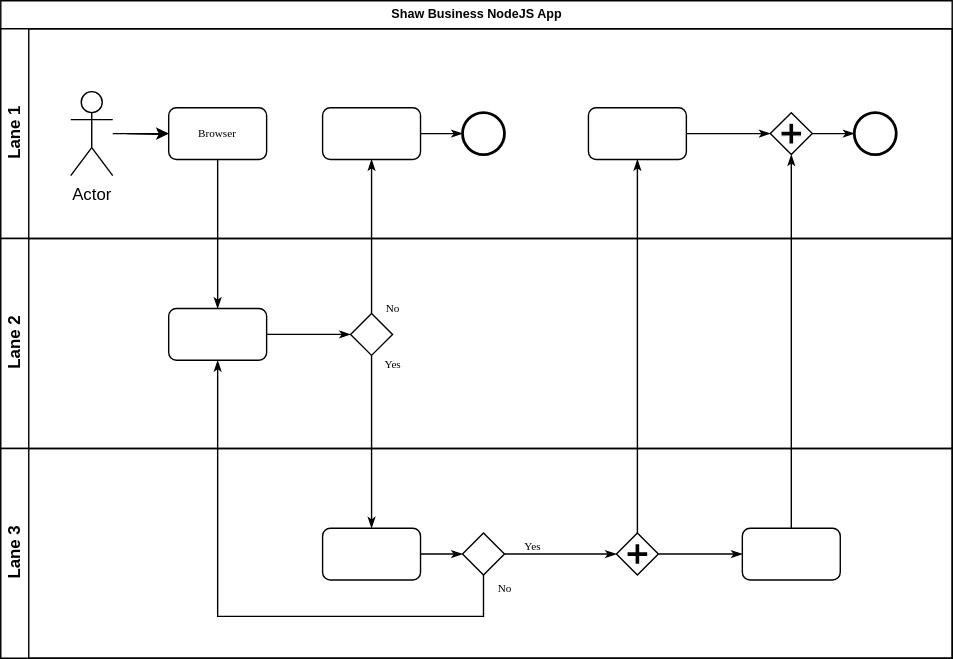
szokrika/chart keeps this draw.io diagram as chart.drawio.svg. Above is the earlier version. Source tidied: cells renumbered, new cells last; positions are measured from the earlier drawing's top-left corner, leaving out a move shared by most shapes.
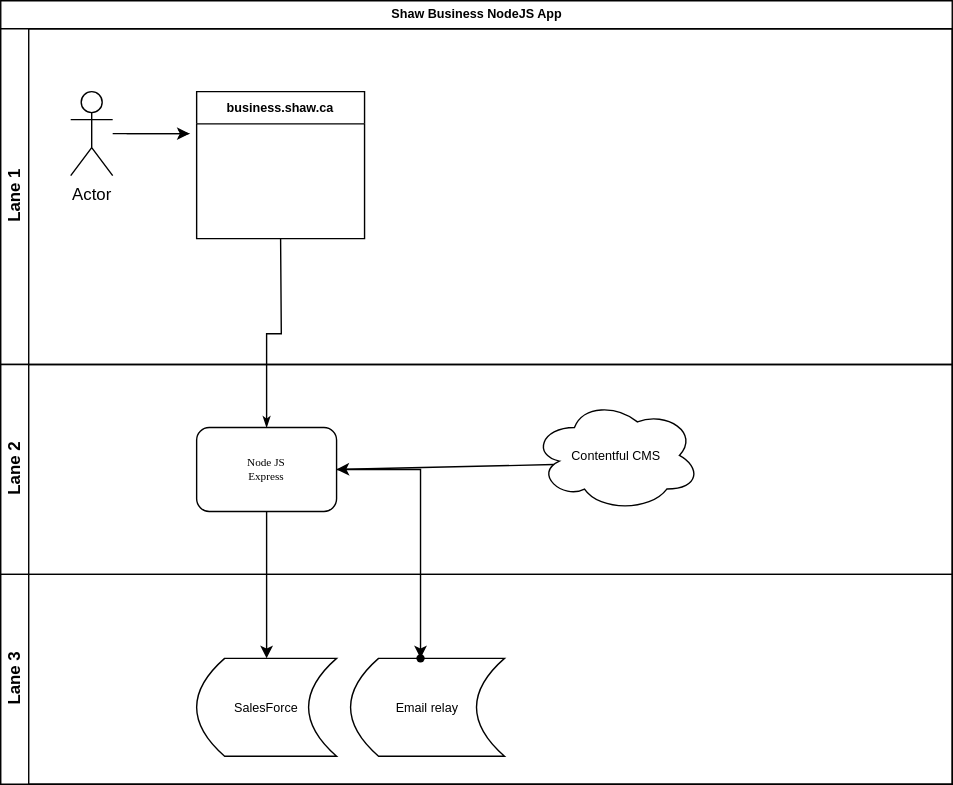
Later version of the same file.

Diff of the diagram source:
```diff
@@ -3,107 +3,62 @@
     <mxCell id="0" />
     <mxCell id="1" parent="0" />
     <mxCell id="2" value="&lt;font style=&quot;font-size: 9px;&quot; face=&quot;Helvetica&quot;&gt;Shaw Business NodeJS App&lt;/font&gt;" style="swimlane;html=1;horizontal=1;startSize=20;rounded=0;shadow=0;labelBackgroundColor=none;strokeWidth=1;fontFamily=Verdana;fontSize=8;align=center;" parent="1" vertex="1">
-      <mxGeometry width="680" height="470" as="geometry" />
+      <mxGeometry width="680" height="560" as="geometry" />
     </mxCell>
     <mxCell id="3" value="Lane 1" style="swimlane;html=1;startSize=20;horizontal=0;" parent="2" vertex="1">
-      <mxGeometry y="20" width="680" height="150" as="geometry" />
+      <mxGeometry y="20" width="680" height="240" as="geometry" />
     </mxCell>
-    <mxCell id="4" style="edgeStyle=orthogonalEdgeStyle;rounded=0;html=1;labelBackgroundColor=none;startArrow=none;startFill=0;startSize=5;endArrow=classicThin;endFill=1;endSize=5;jettySize=auto;strokeWidth=1;fontFamily=Verdana;fontSize=8;" parent="3" edge="1" target="5">
+    <mxCell id="4" style="edgeStyle=orthogonalEdgeStyle;rounded=0;html=1;labelBackgroundColor=none;startArrow=none;startFill=0;startSize=5;endArrow=classicThin;endFill=1;endSize=5;jettySize=auto;orthogonalLoop=1;strokeWidth=1;fontFamily=Verdana;fontSize=8;" parent="3" edge="1">
       <mxGeometry relative="1" as="geometry">
         <mxPoint x="90" y="75" as="sourcePoint" />
+        <mxPoint x="135" y="75" as="targetPoint" />
       </mxGeometry>
     </mxCell>
-    <mxCell id="5" value="Browser" style="rounded=1;whiteSpace=wrap;html=1;shadow=0;labelBackgroundColor=none;strokeWidth=1;fontFamily=Verdana;fontSize=8;align=center;" parent="3" vertex="1">
-      <mxGeometry x="120" y="56.5" width="70" height="37" as="geometry" />
-    </mxCell>
-    <mxCell id="6" style="edgeStyle=orthogonalEdgeStyle;rounded=0;html=1;labelBackgroundColor=none;startArrow=none;startFill=0;startSize=5;endArrow=classicThin;endFill=1;endSize=5;jettySize=auto;strokeWidth=1;fontFamily=Verdana;fontSize=8;" parent="3" edge="1" source="7" target="8">
-      <mxGeometry relative="1" as="geometry" />
-    </mxCell>
-    <mxCell id="7" style="rounded=1;whiteSpace=wrap;html=1;shadow=0;labelBackgroundColor=none;strokeWidth=1;fontFamily=Verdana;fontSize=8;align=center;" parent="3" vertex="1">
-      <mxGeometry x="230" y="56.5" width="70" height="37" as="geometry" />
-    </mxCell>
-    <mxCell id="8" style="ellipse;whiteSpace=wrap;html=1;rounded=0;shadow=0;labelBackgroundColor=none;strokeWidth=2;fontFamily=Verdana;fontSize=8;align=center;" parent="3" vertex="1">
-      <mxGeometry x="330" y="60" width="30" height="30" as="geometry" />
-    </mxCell>
-    <mxCell id="9" style="edgeStyle=orthogonalEdgeStyle;rounded=0;html=1;entryX=0;entryY=0.5;labelBackgroundColor=none;startArrow=none;startFill=0;startSize=5;endArrow=classicThin;endFill=1;endSize=5;jettySize=auto;strokeWidth=1;fontFamily=Verdana;fontSize=8;" parent="3" edge="1" source="10" target="12">
-      <mxGeometry relative="1" as="geometry" />
-    </mxCell>
-    <mxCell id="10" style="rounded=1;whiteSpace=wrap;html=1;shadow=0;labelBackgroundColor=none;strokeWidth=1;fontFamily=Verdana;fontSize=8;align=center;" parent="3" vertex="1">
-      <mxGeometry x="420" y="56.5" width="70" height="37" as="geometry" />
-    </mxCell>
-    <mxCell id="11" style="edgeStyle=orthogonalEdgeStyle;rounded=0;html=1;labelBackgroundColor=none;startArrow=none;startFill=0;startSize=5;endArrow=classicThin;endFill=1;endSize=5;jettySize=auto;strokeWidth=1;fontFamily=Verdana;fontSize=8;" parent="3" edge="1" source="12" target="13">
-      <mxGeometry relative="1" as="geometry" />
-    </mxCell>
-    <mxCell id="12" style="shape=mxgraph.bpmn.shape;html=1;verticalLabelPosition=bottom;labelBackgroundColor=#ffffff;verticalAlign=top;perimeter=rhombusPerimeter;background=gateway;outline=none;symbol=parallelGw;rounded=1;shadow=0;strokeWidth=1;fontFamily=Verdana;fontSize=8;align=center;" parent="3" vertex="1">
-      <mxGeometry x="550" y="60" width="30" height="30" as="geometry" />
-    </mxCell>
-    <mxCell id="13" style="ellipse;whiteSpace=wrap;html=1;rounded=0;shadow=0;labelBackgroundColor=none;strokeWidth=2;fontFamily=Verdana;fontSize=8;align=center;" parent="3" vertex="1">
-      <mxGeometry x="610" y="60" width="30" height="30" as="geometry" />
-    </mxCell>
-    <mxCell id="14" style="edgeStyle=orthogonalEdgeStyle;rounded=0;jettySize=auto;html=1;" parent="3" edge="1" source="15" target="5">
-      <mxGeometry relative="1" as="geometry" />
+    <mxCell id="14" style="edgeStyle=orthogonalEdgeStyle;rounded=0;jettySize=auto;html=1;" parent="3" edge="1" source="15">
+      <mxGeometry relative="1" as="geometry">
+        <mxPoint x="135" y="75" as="targetPoint" />
+      </mxGeometry>
     </mxCell>
     <mxCell id="15" value="Actor" style="shape=umlActor;verticalLabelPosition=bottom;verticalAlign=top;html=1;outlineConnect=0;" parent="3" vertex="1">
       <mxGeometry x="50" y="45" width="30" height="60" as="geometry" />
     </mxCell>
+    <mxCell id="34" value="&lt;font style=&quot;font-size: 9px;&quot;&gt;business.shaw.ca&lt;/font&gt;" style="swimlane;whiteSpace=wrap;html=1;" parent="3" vertex="1">
+      <mxGeometry x="140" y="45" width="120" height="105" as="geometry" />
+    </mxCell>
     <mxCell id="16" value="Lane 2" style="swimlane;html=1;startSize=20;horizontal=0;" parent="2" vertex="1">
-      <mxGeometry y="170" width="680" height="150" as="geometry" />
+      <mxGeometry y="260" width="680" height="150" as="geometry" />
     </mxCell>
-    <mxCell id="17" style="edgeStyle=orthogonalEdgeStyle;rounded=0;html=1;labelBackgroundColor=none;startArrow=none;startFill=0;startSize=5;endArrow=classicThin;endFill=1;endSize=5;jettySize=auto;strokeWidth=1;fontFamily=Verdana;fontSize=8;" parent="16" edge="1" source="18" target="19">
-      <mxGeometry relative="1" as="geometry" />
-    </mxCell>
-    <mxCell id="18" style="rounded=1;whiteSpace=wrap;html=1;shadow=0;labelBackgroundColor=none;strokeWidth=1;fontFamily=Verdana;fontSize=8;align=center;" parent="16" vertex="1">
-      <mxGeometry x="120" y="50" width="70" height="37" as="geometry" />
+    <mxCell id="18" value="Node JS &lt;br&gt;Express" style="rounded=1;whiteSpace=wrap;html=1;shadow=0;labelBackgroundColor=none;strokeWidth=1;fontFamily=Verdana;fontSize=8;align=center;" parent="16" vertex="1">
+      <mxGeometry x="140" y="45" width="100" height="60" as="geometry" />
     </mxCell>
-    <mxCell id="19" style="strokeWidth=1;html=1;shape=mxgraph.flowchart.decision;whiteSpace=wrap;rounded=1;shadow=0;labelBackgroundColor=none;fontFamily=Verdana;fontSize=8;align=center;" parent="16" vertex="1">
-      <mxGeometry x="250" y="53.5" width="30" height="30" as="geometry" />
-    </mxCell>
+    <mxCell id="35" value="&lt;font style=&quot;font-size: 9px;&quot;&gt;Contentful CMS&lt;/font&gt;" style="ellipse;shape=cloud;whiteSpace=wrap;html=1;" parent="16" vertex="1">
+      <mxGeometry x="380" y="25" width="120" height="80" as="geometry" />
+    </mxCell>
+    <mxCell id="36" style="endArrow=classic;html=1;rounded=0;entryX=1;entryY=0.5;entryDx=0;entryDy=0;exitX=0.127;exitY=0.581;exitDx=0;exitDy=0;exitPerimeter=0;" parent="16" edge="1" source="35" target="18">
+      <mxGeometry relative="1" as="geometry" />
+    </mxCell>
     <mxCell id="20" value="Lane 3" style="swimlane;html=1;startSize=20;horizontal=0;" parent="2" vertex="1">
-      <mxGeometry y="320" width="680" height="150" as="geometry" />
+      <mxGeometry y="410" width="680" height="150" as="geometry" />
     </mxCell>
-    <mxCell id="21" style="edgeStyle=orthogonalEdgeStyle;rounded=0;html=1;labelBackgroundColor=none;startArrow=none;startFill=0;startSize=5;endArrow=classicThin;endFill=1;endSize=5;jettySize=auto;strokeWidth=1;fontFamily=Verdana;fontSize=8;" parent="20" edge="1" source="22" target="24">
-      <mxGeometry relative="1" as="geometry" />
-    </mxCell>
-    <mxCell id="22" style="rounded=1;whiteSpace=wrap;html=1;shadow=0;labelBackgroundColor=none;strokeWidth=1;fontFamily=Verdana;fontSize=8;align=center;" parent="20" vertex="1">
-      <mxGeometry x="230" y="57" width="70" height="37" as="geometry" />
-    </mxCell>
-    <mxCell id="23" value="Yes" style="edgeStyle=orthogonalEdgeStyle;rounded=0;html=1;entryX=0;entryY=0.5;labelBackgroundColor=none;startArrow=none;startFill=0;startSize=5;endArrow=classicThin;endFill=1;endSize=5;jettySize=auto;strokeWidth=1;fontFamily=Verdana;fontSize=8;" parent="20" edge="1" source="24" target="26">
-      <mxGeometry x="-0.5" y="6" relative="1" as="geometry" />
-    </mxCell>
-    <mxCell id="24" style="strokeWidth=1;html=1;shape=mxgraph.flowchart.decision;whiteSpace=wrap;rounded=1;shadow=0;labelBackgroundColor=none;fontFamily=Verdana;fontSize=8;align=center;" parent="20" vertex="1">
-      <mxGeometry x="330" y="60.5" width="30" height="30" as="geometry" />
-    </mxCell>
-    <mxCell id="25" style="edgeStyle=orthogonalEdgeStyle;rounded=0;html=1;labelBackgroundColor=none;startArrow=none;startFill=0;startSize=5;endArrow=classicThin;endFill=1;endSize=5;jettySize=auto;strokeColor=#000000;strokeWidth=1;fontFamily=Verdana;fontSize=8;fontColor=#000000;" parent="20" edge="1" source="26" target="27">
-      <mxGeometry relative="1" as="geometry" />
-    </mxCell>
-    <mxCell id="26" style="shape=mxgraph.bpmn.shape;html=1;verticalLabelPosition=bottom;labelBackgroundColor=#ffffff;verticalAlign=top;perimeter=rhombusPerimeter;background=gateway;outline=none;symbol=parallelGw;rounded=1;shadow=0;strokeWidth=1;fontFamily=Verdana;fontSize=8;align=center;" parent="20" vertex="1">
-      <mxGeometry x="440" y="60.5" width="30" height="30" as="geometry" />
-    </mxCell>
-    <mxCell id="27" style="rounded=1;whiteSpace=wrap;html=1;shadow=0;labelBackgroundColor=none;strokeWidth=1;fontFamily=Verdana;fontSize=8;align=center;" parent="20" vertex="1">
-      <mxGeometry x="530" y="57" width="70" height="37" as="geometry" />
-    </mxCell>
+    <mxCell id="37" value="&lt;font style=&quot;font-size: 9px;&quot;&gt;SalesForce&lt;/font&gt;" style="shape=dataStorage;whiteSpace=wrap;html=1;fixedSize=1;" parent="20" vertex="1">
+      <mxGeometry x="140" y="60" width="100" height="70" as="geometry" />
+    </mxCell>
+    <mxCell id="38" value="&lt;font style=&quot;font-size: 9px;&quot;&gt;Email relay&lt;/font&gt;" style="shape=dataStorage;whiteSpace=wrap;html=1;fixedSize=1;" parent="20" vertex="1">
+      <mxGeometry x="250" y="60" width="110" height="70" as="geometry" />
+    </mxCell>
+    <mxCell id="39" style="shape=waypoint;sketch=0;size=6;points=[];fillColor=default;perimeter=centerPerimeter;snapToPoint=1;fontSize=8;fontFamily=Verdana;rounded=1;shadow=0;labelBackgroundColor=none;strokeWidth=1;" parent="20" vertex="1">
+      <mxGeometry x="290" y="50" width="20" height="20" as="geometry" />
+    </mxCell>
-    <mxCell id="28" style="edgeStyle=orthogonalEdgeStyle;rounded=0;html=1;labelBackgroundColor=none;startArrow=none;startFill=0;startSize=5;endArrow=classicThin;endFill=1;endSize=5;jettySize=auto;strokeWidth=1;fontFamily=Verdana;fontSize=8;" parent="2" edge="1" source="5" target="18">
-      <mxGeometry relative="1" as="geometry" />
+    <mxCell id="28" style="edgeStyle=orthogonalEdgeStyle;rounded=0;html=1;labelBackgroundColor=none;startArrow=none;startFill=0;startSize=5;endArrow=classicThin;endFill=1;endSize=5;jettySize=auto;strokeWidth=1;fontFamily=Verdana;fontSize=8;" parent="2" edge="1" target="18">
+      <mxGeometry relative="1" as="geometry">
+        <mxPoint x="200" y="170" as="sourcePoint" />
+      </mxGeometry>
     </mxCell>
-    <mxCell id="29" value="No" style="edgeStyle=orthogonalEdgeStyle;rounded=0;html=1;labelBackgroundColor=none;startArrow=none;startFill=0;startSize=5;endArrow=classicThin;endFill=1;endSize=5;jettySize=auto;strokeWidth=1;fontFamily=Verdana;fontSize=8;" parent="2" edge="1" source="19" target="7">
-      <mxGeometry x="-0.94" y="-15" relative="1" as="geometry" />
-    </mxCell>
-    <mxCell id="30" value="Yes" style="edgeStyle=orthogonalEdgeStyle;rounded=0;html=1;labelBackgroundColor=none;startArrow=none;startFill=0;startSize=5;endArrow=classicThin;endFill=1;endSize=5;jettySize=auto;strokeWidth=1;fontFamily=Verdana;fontSize=8;" parent="2" edge="1" source="19" target="22">
-      <mxGeometry x="-0.89" y="15" relative="1" as="geometry" />
-    </mxCell>
-    <mxCell id="31" style="edgeStyle=orthogonalEdgeStyle;rounded=0;html=1;entryX=0.5;entryY=1;labelBackgroundColor=none;startArrow=none;startFill=0;startSize=5;endArrow=classicThin;endFill=1;endSize=5;jettySize=auto;strokeWidth=1;fontFamily=Verdana;fontSize=8;" parent="2" edge="1" source="27" target="12">
-      <mxGeometry relative="1" as="geometry" />
-    </mxCell>
-    <mxCell id="32" value="No" style="edgeStyle=orthogonalEdgeStyle;rounded=0;html=1;labelBackgroundColor=none;startArrow=none;startFill=0;startSize=5;endArrow=classicThin;endFill=1;endSize=5;jettySize=auto;strokeWidth=1;fontFamily=Verdana;fontSize=8;" parent="2" edge="1" source="24" target="18">
-      <mxGeometry x="-0.95" y="15" relative="1" as="geometry">
-        <Array as="points">
-          <mxPoint x="345" y="440" />
-          <mxPoint x="155" y="440" />
-        </Array>
-      </mxGeometry>
-    </mxCell>
-    <mxCell id="33" style="edgeStyle=orthogonalEdgeStyle;rounded=0;html=1;labelBackgroundColor=none;startArrow=none;startFill=0;startSize=5;endArrow=classicThin;endFill=1;endSize=5;jettySize=auto;strokeWidth=1;fontFamily=Verdana;fontSize=8;" parent="2" edge="1" source="26" target="10">
-      <mxGeometry relative="1" as="geometry" />
-    </mxCell>
+    <mxCell id="40" style="edgeStyle=orthogonalEdgeStyle;rounded=0;jettySize=auto;html=1;" parent="2" edge="1" source="18" target="37">
+      <mxGeometry relative="1" as="geometry" />
+    </mxCell>
+    <mxCell id="41" style="edgeStyle=orthogonalEdgeStyle;rounded=0;jettySize=auto;html=1;" parent="2" edge="1" source="18" target="39">
+      <mxGeometry relative="1" as="geometry" />
+    </mxCell>
   </root>
 </mxGraphModel>
```
